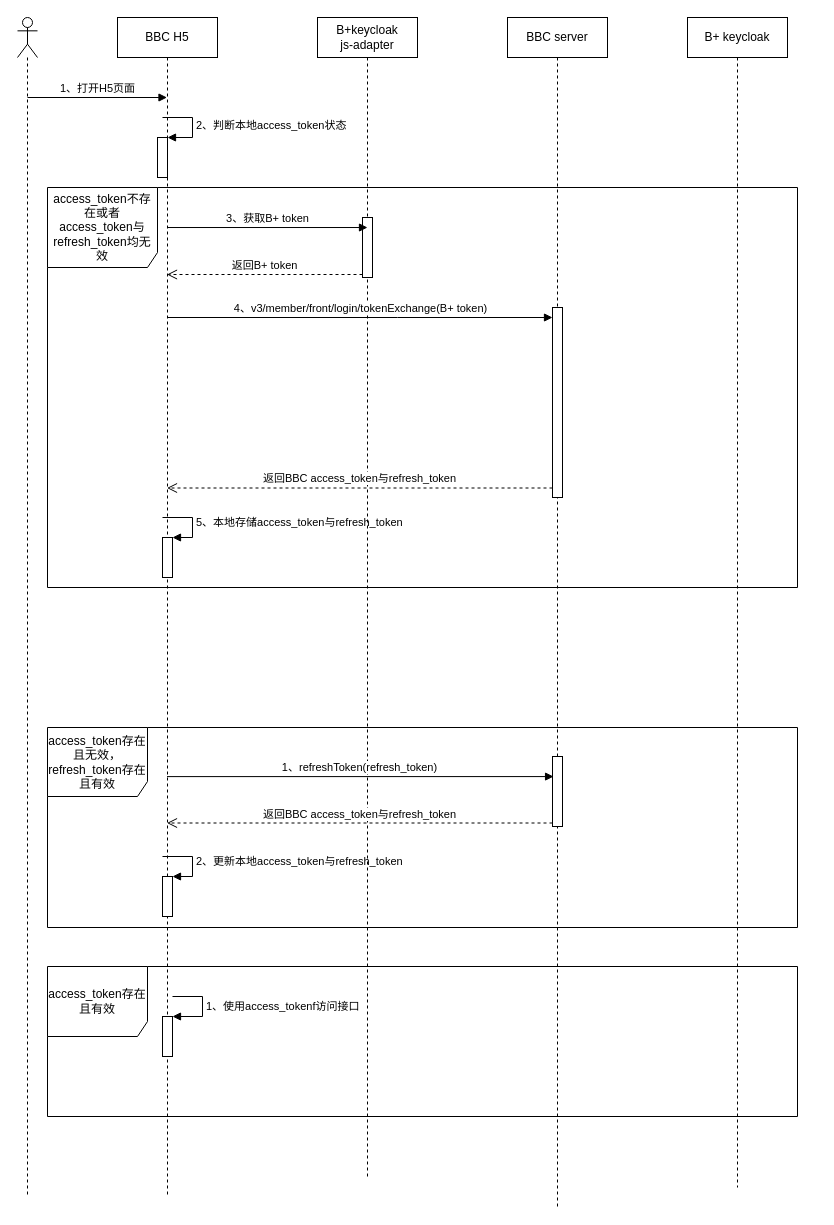
The draw.io diagram BBC授权流程.drawio in huturenji/drawio, before the edit. Source tidied: cells renumbered, new cells numbered last; positions are measured from the earlier drawing's top-left corner, leaving out a move shared by most shapes. Both pictures are drawn from the tidied source at 100%, with x=0, y=0 at pixel (17, 17).
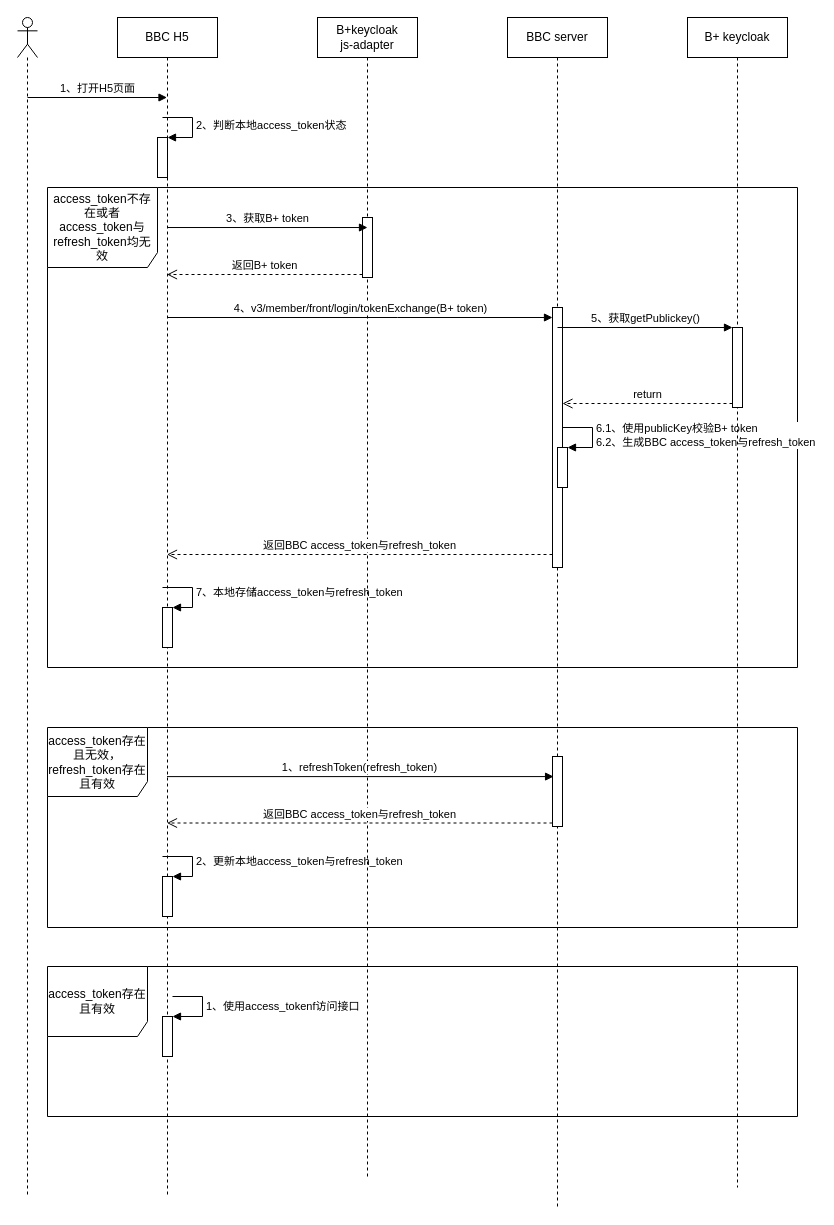
The same page after the edit.

Commit message:
更新BBC授权流程.drawio

Unchanged cells that the change refers to:
```xml
<mxCell id="4" value="BBC H5" style="shape=umlLifeline;perimeter=lifelinePerimeter;whiteSpace=wrap;html=1;outlineConnect=0;" parent="1" vertex="1">
  <mxGeometry x="100" width="100" height="1180" as="geometry" />
</mxCell>
<mxCell id="11" value="BBC server" style="shape=umlLifeline;perimeter=lifelinePerimeter;whiteSpace=wrap;html=1;" parent="1" vertex="1">
  <mxGeometry x="490" width="100" height="1190" as="geometry" />
</mxCell>
<mxCell id="16" value="B+ keycloak" style="shape=umlLifeline;perimeter=lifelinePerimeter;whiteSpace=wrap;html=1;" parent="1" vertex="1">
  <mxGeometry x="670" width="100" height="1170" as="geometry" />
</mxCell>
```

The edit, as a diff of the source:
```diff
@@
     <mxCell id="3" value="access_token不存在或者access_token与refresh_token均无效" style="shape=umlFrame;whiteSpace=wrap;html=1;width=110;height=80;" parent="1" vertex="1">
-      <mxGeometry x="30" y="170" width="750" height="400" as="geometry" />
+      <mxGeometry x="30" y="170" width="750" height="480" as="geometry" />
     </mxCell>
@@
     <mxCell id="7" style="html=1;points=[];perimeter=orthogonalPerimeter;" parent="4" vertex="1">
-      <mxGeometry x="45" y="520" width="10" height="40" as="geometry" />
+      <mxGeometry x="45" y="590" width="10" height="40" as="geometry" />
     </mxCell>
-    <mxCell id="8" value="5、本地存储access_token与refresh_token" style="edgeStyle=orthogonalEdgeStyle;html=1;align=left;spacingLeft=2;endArrow=block;rounded=0;entryX=1;entryY=0;" parent="4" edge="1" target="7">
+    <mxCell id="8" value="7、本地存储access_token与refresh_token" style="edgeStyle=orthogonalEdgeStyle;html=1;align=left;spacingLeft=2;endArrow=block;rounded=0;entryX=1;entryY=0;" parent="4" edge="1" target="7">
       <mxGeometry relative="1" as="geometry">
-        <mxPoint x="45" y="500" as="sourcePoint" />
+        <mxPoint x="45" y="570" as="sourcePoint" />
         <Array as="points">
-          <mxPoint x="45" y="500" />
-          <mxPoint x="75" y="500" />
-          <mxPoint x="75" y="520" />
+          <mxPoint x="45" y="570" />
+          <mxPoint x="75" y="570" />
+          <mxPoint x="75" y="590" />
         </Array>
       </mxGeometry>
     </mxCell>
@@
     <mxCell id="12" style="html=1;points=[];perimeter=orthogonalPerimeter;" parent="11" vertex="1">
-      <mxGeometry x="45" y="290" width="10" height="190" as="geometry" />
+      <mxGeometry x="45" y="290" width="10" height="260" as="geometry" />
     </mxCell>
@@
+    <mxCell id="28" style="html=1;points=[];perimeter=orthogonalPerimeter;" parent="11" vertex="1">
+      <mxGeometry x="50" y="430" width="10" height="40" as="geometry" />
+    </mxCell>
+    <mxCell id="29" value="6.1、使用publicKey校验B+ token&lt;br&gt;6.2、生成BBC access_token与refresh_token" style="edgeStyle=orthogonalEdgeStyle;html=1;align=left;spacingLeft=2;endArrow=block;rounded=0;entryX=1;entryY=0;" parent="11" edge="1" target="28">
+      <mxGeometry relative="1" as="geometry">
+        <mxPoint x="55" y="410" as="sourcePoint" />
+        <Array as="points">
+          <mxPoint x="85" y="410" />
+        </Array>
+      </mxGeometry>
+    </mxCell>
@@
+    <mxCell id="30" style="html=1;points=[];perimeter=orthogonalPerimeter;" parent="16" vertex="1">
+      <mxGeometry x="45" y="310" width="10" height="80" as="geometry" />
+    </mxCell>
@@
+    <mxCell id="31" value="5、获取getPublickey()" style="html=1;verticalAlign=bottom;endArrow=block;entryX=0;entryY=0;rounded=0;" parent="1" edge="1" target="30">
+      <mxGeometry relative="1" as="geometry">
+        <mxPoint x="540" y="310" as="sourcePoint" />
+      </mxGeometry>
+    </mxCell>
+    <mxCell id="32" value="return" style="html=1;verticalAlign=bottom;endArrow=open;dashed=1;endSize=8;exitX=0;exitY=0.95;rounded=0;" parent="1" edge="1" source="30" target="12">
+      <mxGeometry relative="1" as="geometry" />
+    </mxCell>
```
